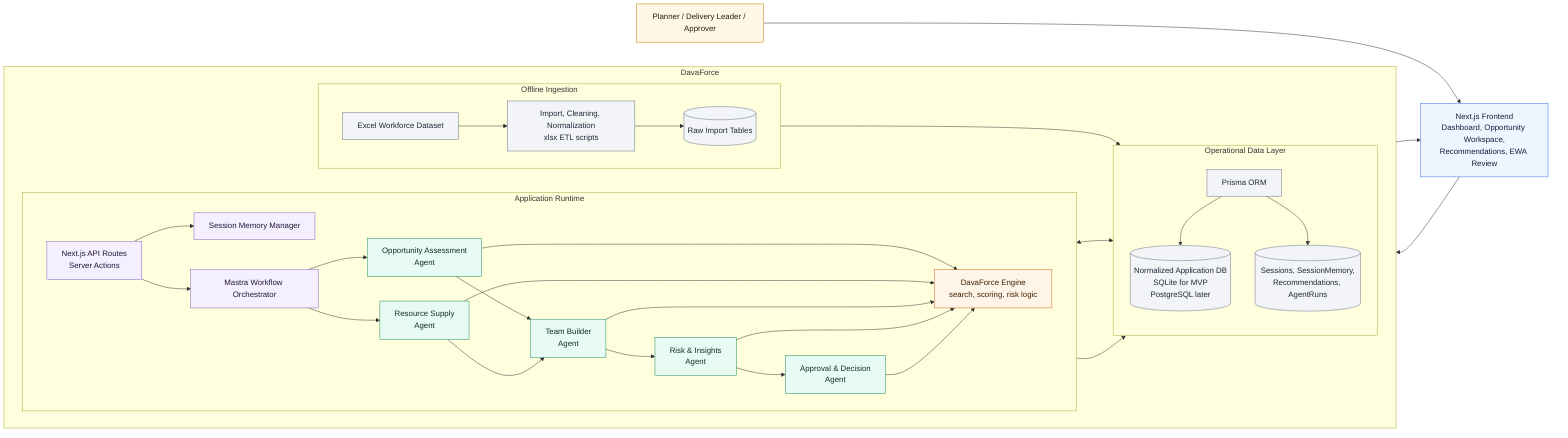
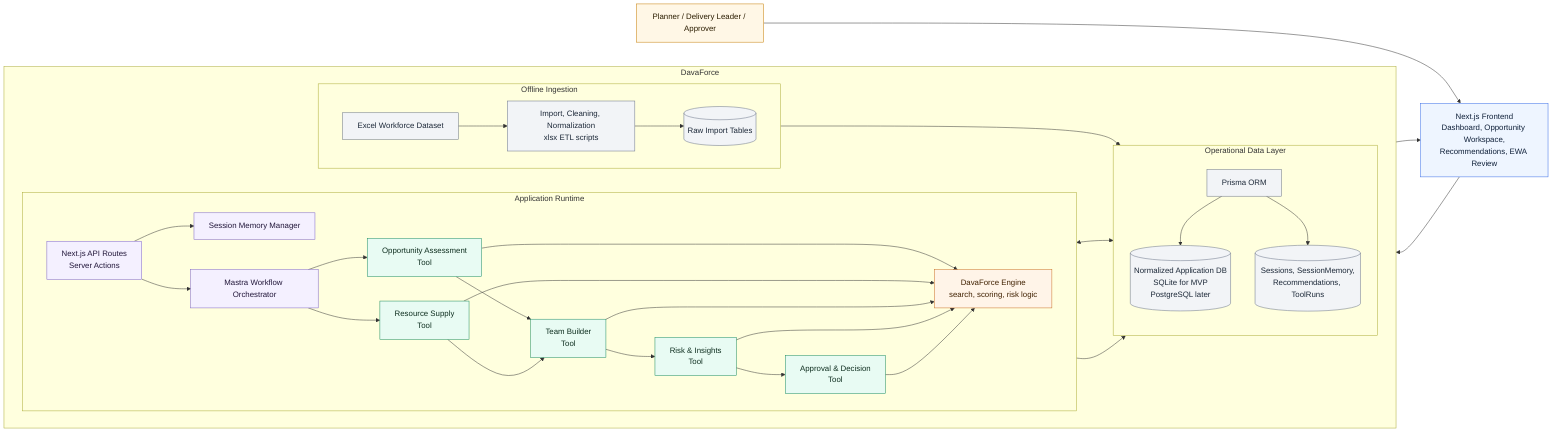
flowchart LR
    planner["Planner / Delivery Leader / Approver"]
    workspace["Next.js Frontend<br/>Dashboard, Opportunity Workspace,<br/>Recommendations, EWA Review"]

    subgraph platform["DavaForce"]
        direction LR

        subgraph runtime["Application Runtime"]
            direction LR
            api["Next.js API Routes<br/>Server Actions"]
            memoryMgr["Session Memory Manager"]
            orchestrator["Mastra Workflow Orchestrator"]
-             oa["Opportunity Assessment<br/>Agent"]
-             rs["Resource Supply<br/>Agent"]
-             tb["Team Builder<br/>Agent"]
-             ri["Risk & Insights<br/>Agent"]
-             ad["Approval & Decision<br/>Agent"]
+             oa["Opportunity Assessment<br/>Tool"]
+             rs["Resource Supply<br/>Tool"]
+             tb["Team Builder<br/>Tool"]
+             ri["Risk & Insights<br/>Tool"]
+             ad["Approval & Decision<br/>Tool"]
            engine["DavaForce Engine<br/>search, scoring, risk logic"]
        end

        subgraph data["Operational Data Layer"]
            direction TB
            prisma["Prisma ORM"]
            appDb[("Normalized Application DB<br/>SQLite for MVP<br/>PostgreSQL later")]
-             sessionDb[("Sessions, SessionMemory,<br/>Recommendations, AgentRuns")]
+             sessionDb[("Sessions, SessionMemory,<br/>Recommendations, ToolRuns")]
        end

        subgraph ingestion["Offline Ingestion"]
            direction LR
            excel["Excel Workforce Dataset"]
            etl["Import, Cleaning, Normalization<br/>xlsx ETL scripts"]
            rawTables[("Raw Import Tables")]
        end
    end

    planner --> workspace
    workspace --> api
    api --> memoryMgr
    api --> orchestrator
    memoryMgr <--> sessionDb

    orchestrator --> oa
    orchestrator --> rs
    oa --> tb
    rs --> tb
    tb --> ri
    ri --> ad
    ad --> workspace

    oa --> engine
    rs --> engine
    tb --> engine
    ri --> engine
    ad --> engine
    engine --> prisma
    prisma --> appDb
    prisma --> sessionDb

    excel --> etl --> rawTables --> appDb

    classDef actor fill:#fff7e6,stroke:#c57a00,color:#2b1d00,stroke-width:1px;
    classDef frontend fill:#eef5ff,stroke:#356ae6,color:#10213a,stroke-width:1px;
    classDef control fill:#f4f0ff,stroke:#7b61c9,color:#22173a,stroke-width:1px;
-     classDef agent fill:#e8fbf3,stroke:#178a5d,color:#0f2f20,stroke-width:1px;
+     classDef routedTool fill:#e8fbf3,stroke:#178a5d,color:#0f2f20,stroke-width:1px;
    classDef tool fill:#fff4e8,stroke:#c96b20,color:#402100,stroke-width:1px;
    classDef data fill:#f2f4f7,stroke:#667085,color:#1d2939,stroke-width:1px;

    class planner actor;
    class workspace frontend;
    class api,memoryMgr,orchestrator control;
-     class oa,rs,tb,ri,ad agent;
+     class oa,rs,tb,ri,ad routedTool;
    class engine tool;
    class prisma,appDb,sessionDb,excel,etl,rawTables data;
